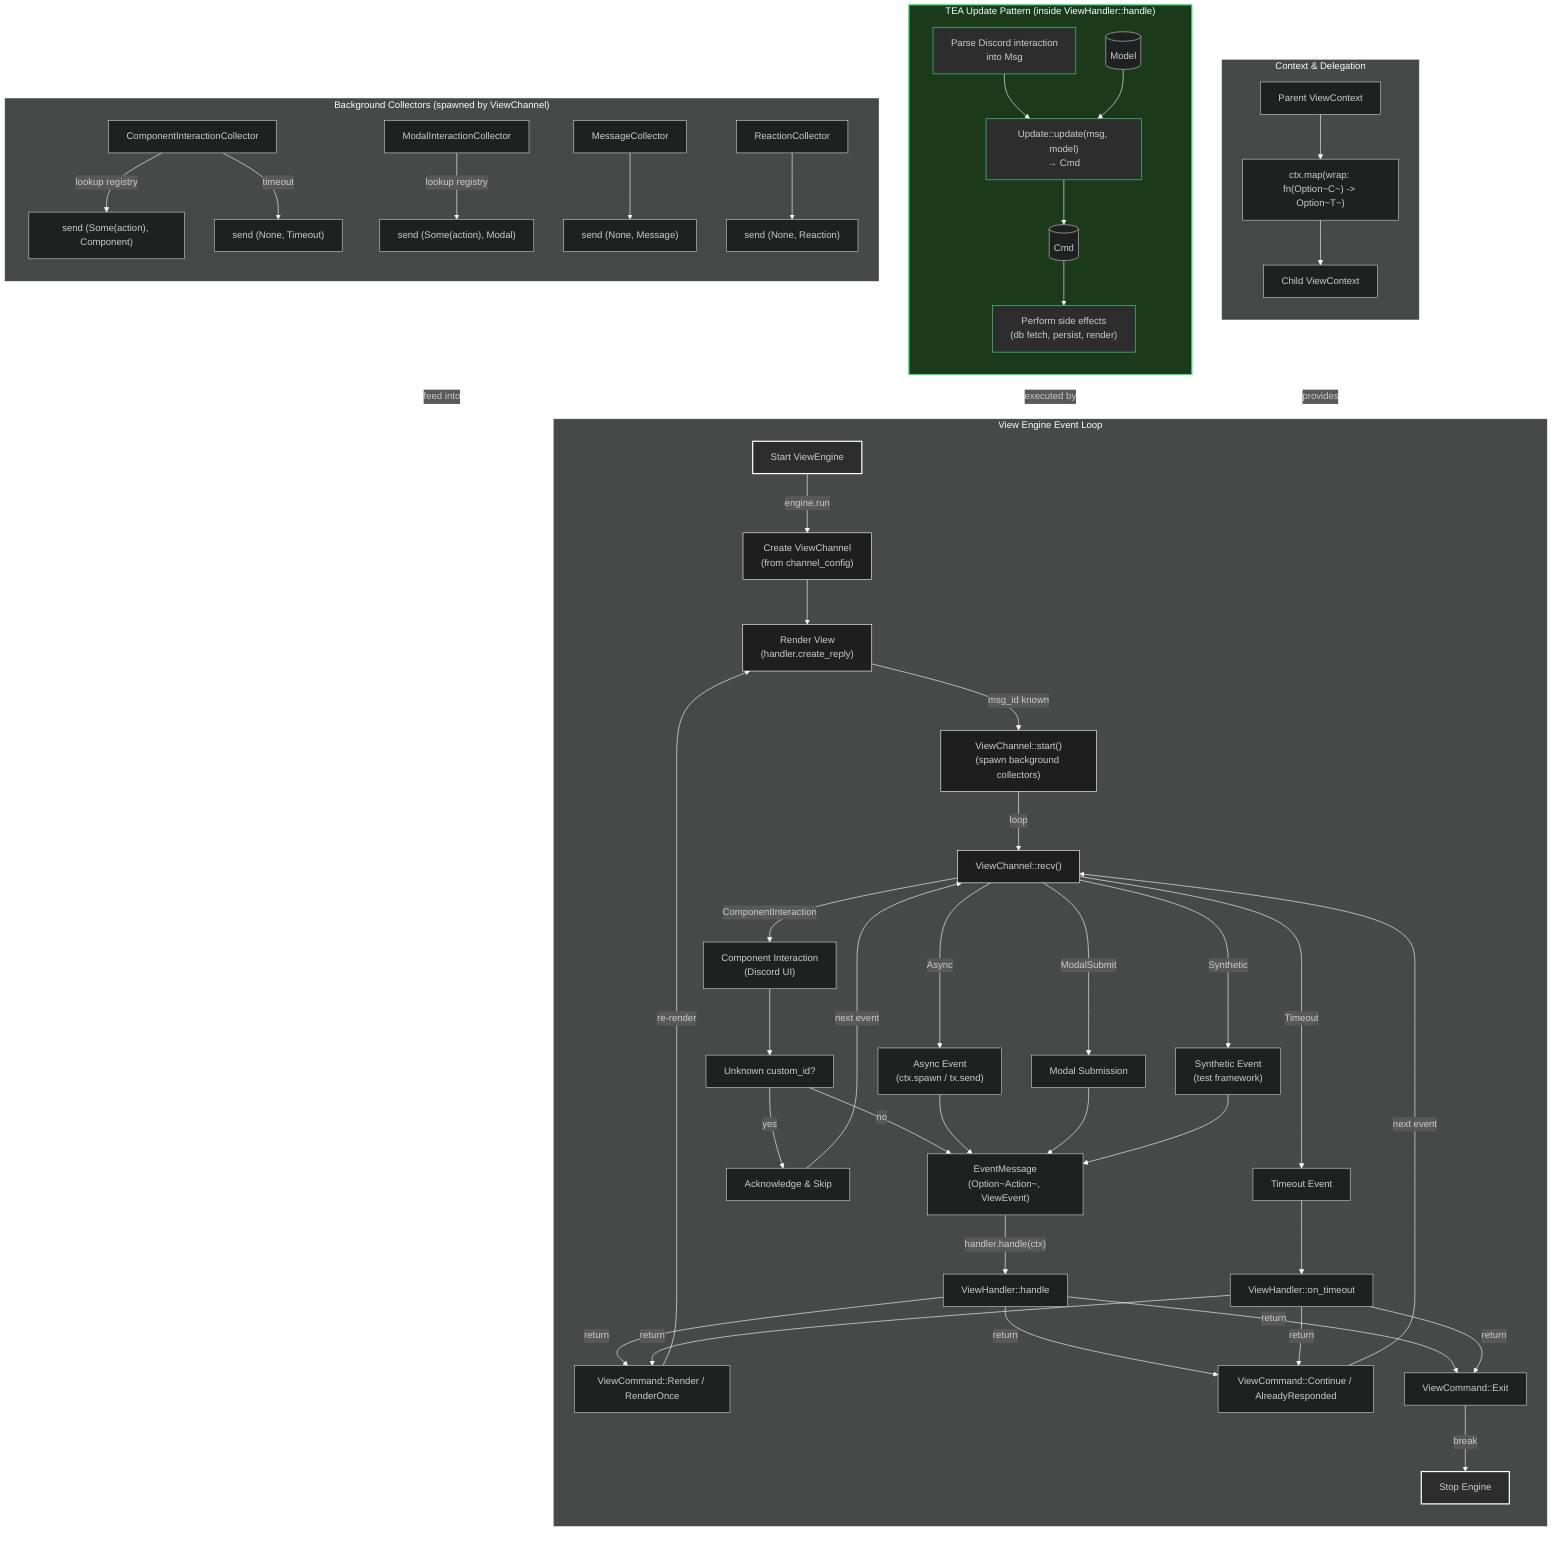
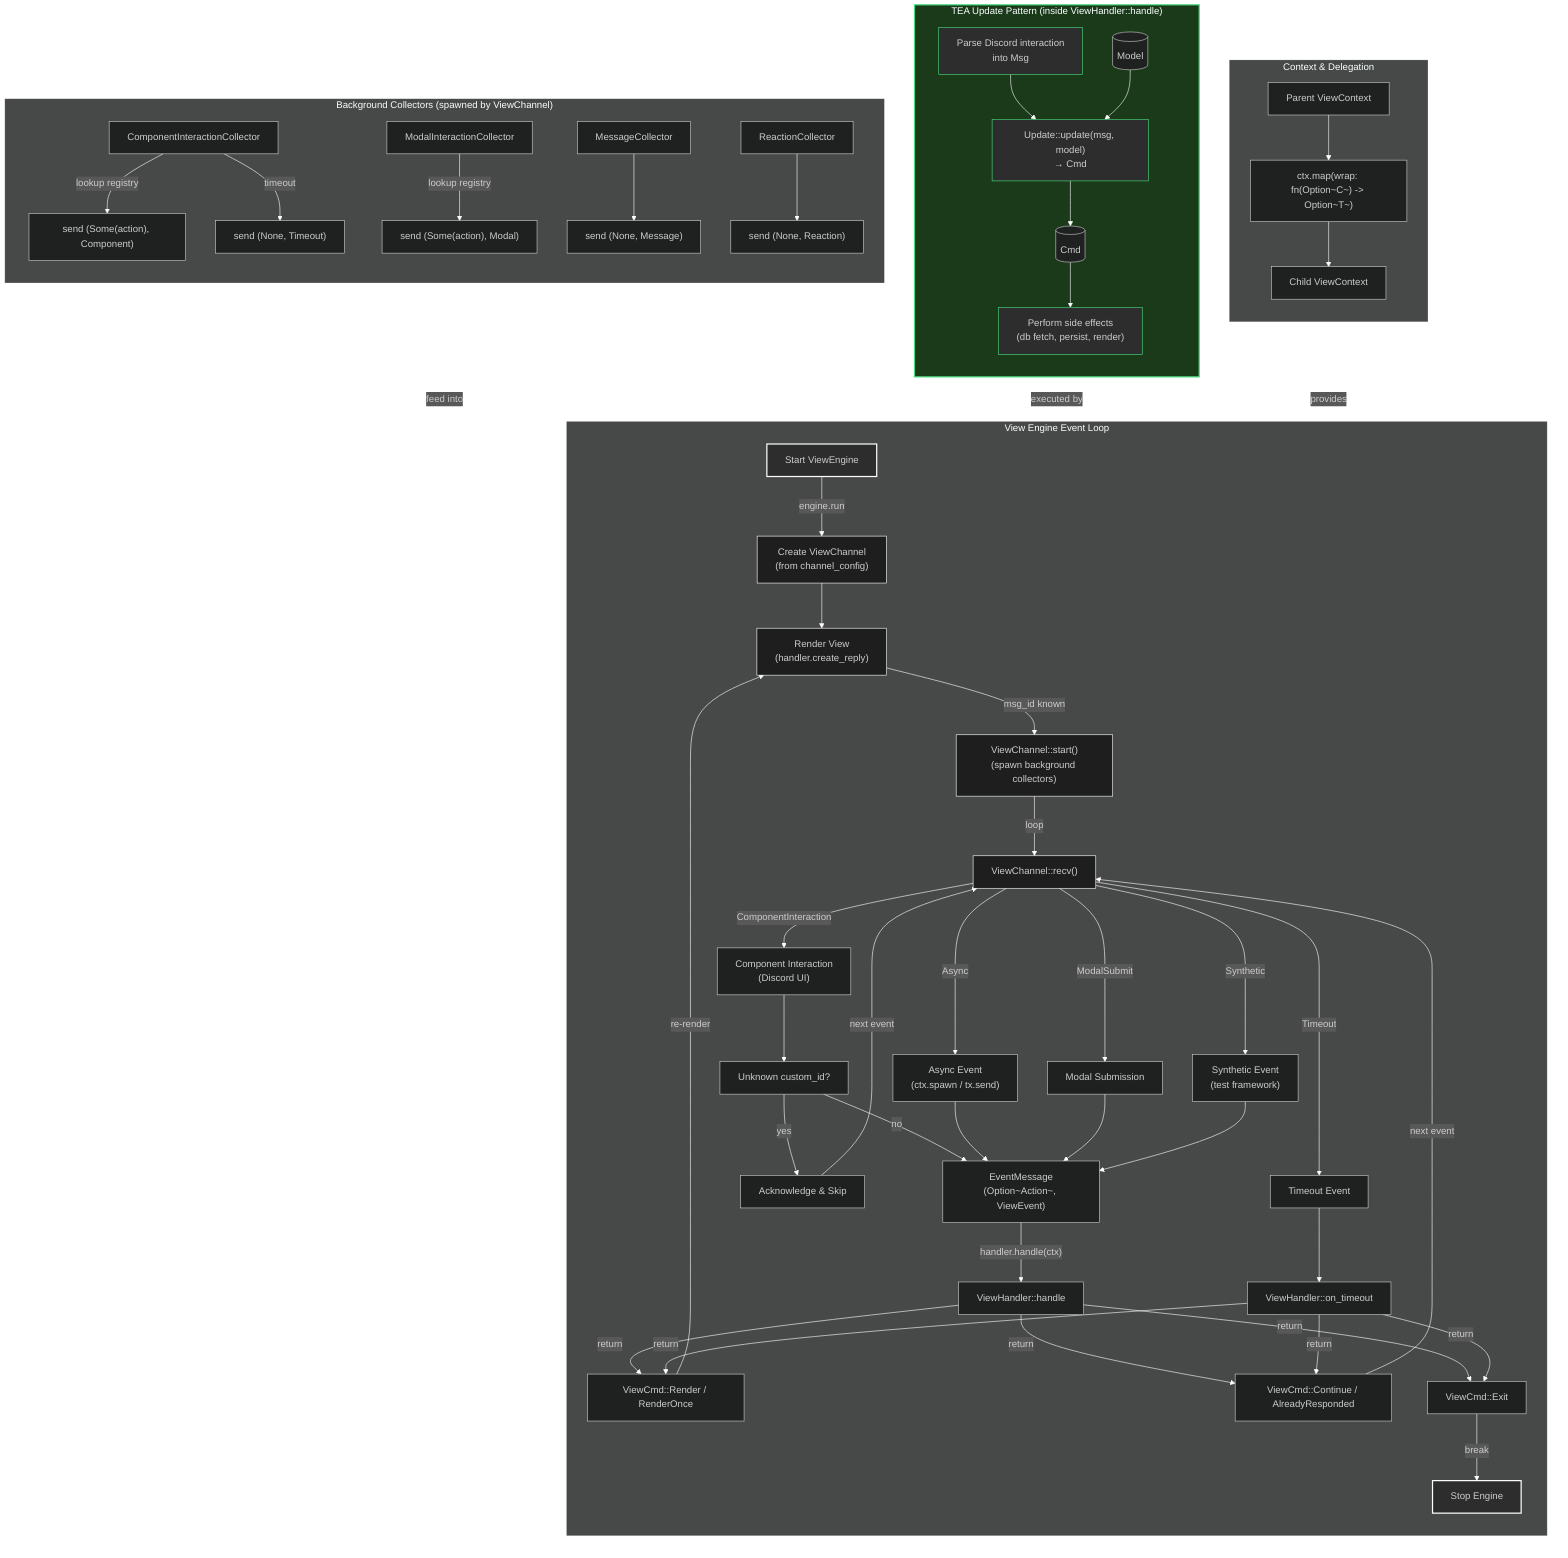
%%{init: {
  'theme': 'dark',
  'themeVariables': {
    'primaryColor': '#1e1e1e',
    'primaryTextColor': '#ffffff',
    'primaryBorderColor': '#ffffff',
    'lineColor': '#ffffff',
    'secondaryColor': '#2d2d2d',
    'tertiaryColor': '#1e1e1e',
    'noteBkgColor': '#2d2d2d',
    'noteTextColor': '#ffffff',
    'noteBorderColor': '#ffffff'
  }
}}%%
graph TB
    subgraph ViewEngineLoop["View Engine Event Loop"]
        direction TB

        Start["Start ViewEngine"]
        CreateChannel["Create ViewChannel<br/>(from channel_config)"]
        Render["Render View<br/>(handler.create_reply)"]
        StartCollectors["ViewChannel::start()<br/>(spawn background collectors)"]
        Recv["ViewChannel::recv()"]

        Component["Component Interaction<br/>(Discord UI)"]
        Async["Async Event<br/>(ctx.spawn / tx.send)"]
        Modal["Modal Submission"]
        Synthetic["Synthetic Event<br/>(test framework)"]
        Timeout["Timeout Event"]

        Unknown["Unknown custom_id?"]
        Skip["Acknowledge & Skip"]

        EventMsg["EventMessage<br/>(Option~Action~, ViewEvent)"]
        Handle["ViewHandler::handle"]
        HandleTimeout["ViewHandler::on_timeout"]

-         CmdRender["ViewCommand::Render / RenderOnce"]
-         CmdContinue["ViewCommand::Continue / AlreadyResponded"]
-         CmdExit["ViewCommand::Exit"]
+         CmdRender["ViewCmd::Render / RenderOnce"]
+         CmdContinue["ViewCmd::Continue / AlreadyResponded"]
+         CmdExit["ViewCmd::Exit"]

        Start -->|engine.run| CreateChannel
        CreateChannel --> Render
        Render -->|msg_id known| StartCollectors
        StartCollectors -->|loop| Recv

        Recv -->|ComponentInteraction| Component
        Recv -->|Async| Async
        Recv -->|ModalSubmit| Modal
        Recv -->|Synthetic| Synthetic
        Recv -->|Timeout| Timeout

        Component --> Unknown
        Unknown -->|yes| Skip
        Unknown -->|no| EventMsg
        Async & Modal & Synthetic --> EventMsg
        Timeout --> HandleTimeout

        EventMsg -->|"handler.handle(ctx)"| Handle

        Handle & HandleTimeout -->|return| CmdRender
        Handle & HandleTimeout -->|return| CmdContinue
        Handle & HandleTimeout -->|return| CmdExit

        Skip -->|next event| Recv
        CmdContinue -->|next event| Recv
        CmdRender -->|re-render| Render
        CmdExit -->|break| Stop[Stop Engine]
    end

    subgraph Collectors["Background Collectors (spawned by ViewChannel)"]
        direction TB
        CompCollector["ComponentInteractionCollector"]
        ModalCollector["ModalInteractionCollector"]
        MsgCollector["MessageCollector"]
        ReactCollector["ReactionCollector"]

        CompCollector -->|lookup registry| CompSend["send (Some(action), Component)"]
        ModalCollector -->|lookup registry| ModalSend["send (Some(action), Modal)"]
        MsgCollector --> MsgSend["send (None, Message)"]
        ReactCollector --> ReactSend["send (None, Reaction)"]

        CompCollector -->|timeout| TimeoutSend["send (None, Timeout)"]
    end

    Collectors -.->|feed into| Recv

    subgraph TEAPattern["TEA Update Pattern (inside ViewHandler::handle)"]
        direction TB
        Parse["Parse Discord interaction<br/>into Msg"]
        Update["Update::update(msg, model)<br/>→ Cmd"]
        Model[(Model)]
        Cmd[(Cmd)]
        SideEffects["Perform side effects<br/>(db fetch, persist, render)"]

        Parse --> Update
        Model --> Update
        Update --> Cmd
        Cmd --> SideEffects
    end

    TEAPattern -.->|executed by| Handle

    subgraph Mapping["Context & Delegation"]
        direction TB
        ParentCtx["Parent ViewContext"]
        Map["ctx.map(wrap: fn(Option~C~) -> Option~T~)"]
        ChildCtx["Child ViewContext"]

        ParentCtx --> Map
        Map --> ChildCtx
    end

    Mapping -.->|provides| Handle

    style Start fill:#2d2d2d,stroke:#ffffff,stroke-width:2px
    style Stop fill:#2d2d2d,stroke:#ffffff,stroke-width:2px
    style Render fill:#1e1e1e,stroke:#ffffff
    style Recv fill:#1e1e1e,stroke:#ffffff
    style CreateChannel fill:#1e1e1e,stroke:#ffffff
    style StartCollectors fill:#1e1e1e,stroke:#ffffff
    style TEAPattern fill:#1a3a1a,stroke:#4ade80,stroke-width:2px
    style Parse fill:#2d2d2d,stroke:#4ade80
    style Update fill:#2d2d2d,stroke:#4ade80
    style SideEffects fill:#2d2d2d,stroke:#4ade80
